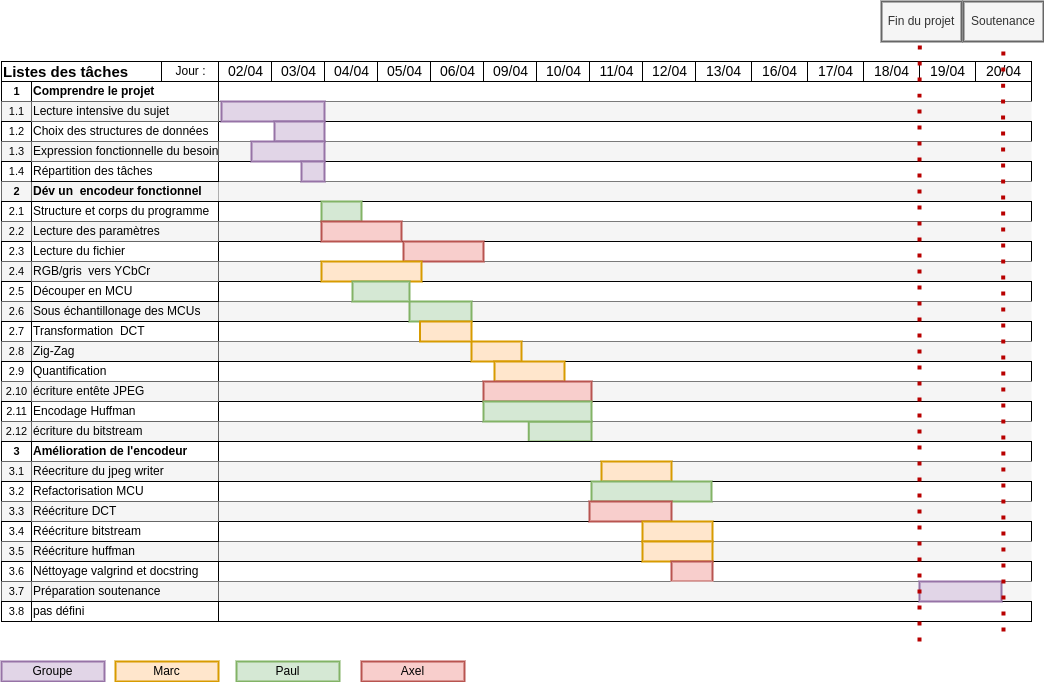
Paul-vrn/jpeg-encoder keeps this draw.io diagram as docs/Gantt.drawio.png. Above is the earlier version. Source tidied: cells renumbered, new cells last; positions are measured from the earlier drawing's top-left corner, leaving out a move shared by most shapes.
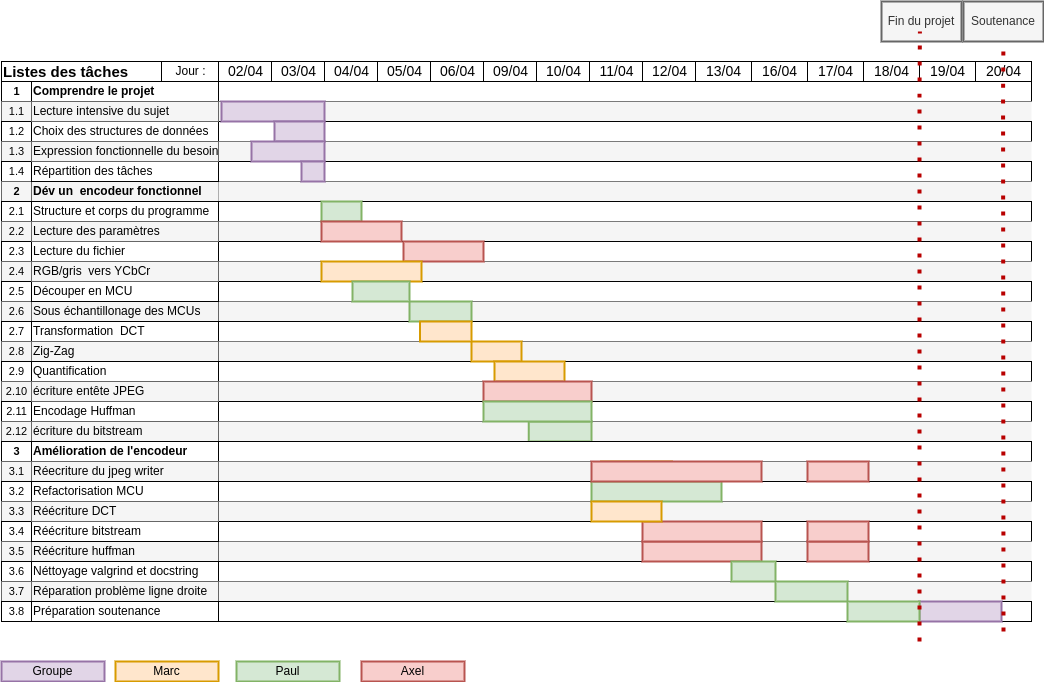
The same diagram one commit later.

What changed in the source:
```diff
@@ -345,20 +345,8 @@
       <mxGeometry x="482" y="400" width="108" height="20" as="geometry" />
     </mxCell>
     <mxCell id="116" style="rounded=0;whiteSpace=wrap;html=1;fillColor=#d5e8d4;strokeColor=#82b366;strokeWidth=2;" parent="1" vertex="1">
-      <mxGeometry x="590" y="480" width="120" height="20" as="geometry" />
+      <mxGeometry x="590" y="480" width="130" height="20" as="geometry" />
     </mxCell>
-    <mxCell id="117" style="rounded=0;whiteSpace=wrap;html=1;fillColor=#f8cecc;strokeColor=#b85450;strokeWidth=2;" parent="1" vertex="1">
-      <mxGeometry x="588" y="500" width="82" height="20" as="geometry" />
-    </mxCell>
-    <mxCell id="118" style="rounded=0;whiteSpace=wrap;html=1;fillColor=#ffe6cc;strokeColor=#d79b00;strokeWidth=2;" parent="1" vertex="1">
-      <mxGeometry x="641" y="520" width="70" height="20" as="geometry" />
-    </mxCell>
-    <mxCell id="119" style="rounded=0;whiteSpace=wrap;html=1;fillColor=#ffe6cc;strokeColor=#d79b00;strokeWidth=2;" parent="1" vertex="1">
-      <mxGeometry x="641" y="540" width="70" height="20" as="geometry" />
-    </mxCell>
-    <mxCell id="120" style="rounded=0;whiteSpace=wrap;html=1;fillColor=#f8cecc;strokeColor=#b85450;strokeWidth=2;" parent="1" vertex="1">
-      <mxGeometry x="670" y="560" width="41" height="20" as="geometry" />
-    </mxCell>
     <mxCell id="121" value="3.7" style="strokeWidth=1;fontStyle=0;html=1;verticalAlign=middle;align=center;strokeColor=#666666;fontColor=#000000;fillColor=#f5f5f5;fontSize=11;fontFamily=Helvetica;" parent="1" vertex="1">
       <mxGeometry y="580" width="30" height="20" as="geometry" />
     </mxCell>
@@ -371,25 +359,15 @@
     <mxCell id="124" style="align=left;html=1;" parent="1" vertex="1">
       <mxGeometry x="217" y="600" width="813" height="20" as="geometry" />
     </mxCell>
-    <mxCell id="125" value="Préparation soutenance" style="align=left;html=1;strokeColor=#666666;perimeterSpacing=0;fillColor=#f5f5f5;" parent="1" vertex="1">
+    <mxCell id="125" value="Réparation problème ligne droite" style="align=left;html=1;strokeColor=#666666;perimeterSpacing=0;fillColor=#f5f5f5;" parent="1" vertex="1">
       <mxGeometry x="30" y="580" width="187" height="20" as="geometry" />
     </mxCell>
-    <mxCell id="126" value="pas défini" style="align=left;html=1;perimeterSpacing=0;" parent="1" vertex="1">
+    <mxCell id="126" value="Préparation soutenance" style="align=left;html=1;perimeterSpacing=0;" parent="1" vertex="1">
       <mxGeometry x="30" y="600" width="187" height="20" as="geometry" />
     </mxCell>
     <mxCell id="127" style="rounded=0;whiteSpace=wrap;html=1;fillColor=#e1d5e7;strokeColor=#9673a6;strokeWidth=2;" parent="1" vertex="1">
-      <mxGeometry x="918" y="580" width="82" height="20" as="geometry" />
+      <mxGeometry x="918" y="600" width="82" height="20" as="geometry" />
     </mxCell>
-    <mxCell id="128" style="endArrow=none;dashed=1;html=1;dashPattern=1 3;strokeWidth=4;fontSize=12;fillColor=#f8cecc;strokeColor=#B80000;" parent="1" edge="1">
-      <mxGeometry relative="1" as="geometry">
-        <mxPoint x="918" y="640" as="sourcePoint" />
-        <mxPoint x="918.4" y="30" as="targetPoint" />
-        <Array as="points">
-          <mxPoint x="918" y="110.8" />
-          <mxPoint x="918" y="90.8" />
-        </Array>
-      </mxGeometry>
-    </mxCell>
     <mxCell id="129" style="endArrow=none;dashed=1;html=1;dashPattern=1 3;strokeWidth=4;fontSize=12;fillColor=#f8cecc;strokeColor=#B80000;" parent="1" edge="1">
       <mxGeometry relative="1" as="geometry">
         <mxPoint x="1002" y="630" as="sourcePoint" />
@@ -406,5 +384,45 @@
     <mxCell id="131" value="Fin du projet" style="rounded=0;whiteSpace=wrap;html=1;strokeWidth=2;fillColor=#f5f5f5;fontColor=#333333;strokeColor=#666666;" parent="1" vertex="1">
       <mxGeometry x="880" width="80" height="40" as="geometry" />
     </mxCell>
+    <mxCell id="132" style="rounded=0;whiteSpace=wrap;html=1;fillColor=#f8cecc;strokeColor=#b85450;strokeWidth=2;" parent="1" vertex="1">
+      <mxGeometry x="641" y="540" width="119" height="20" as="geometry" />
+    </mxCell>
+    <mxCell id="133" style="rounded=0;whiteSpace=wrap;html=1;fillColor=#f8cecc;strokeColor=#b85450;strokeWidth=2;" parent="1" vertex="1">
+      <mxGeometry x="641" y="520" width="119" height="20" as="geometry" />
+    </mxCell>
+    <mxCell id="134" style="rounded=0;whiteSpace=wrap;html=1;fillColor=#ffe6cc;strokeColor=#d79b00;strokeWidth=2;" parent="1" vertex="1">
+      <mxGeometry x="590" y="500" width="70" height="20" as="geometry" />
+    </mxCell>
+    <mxCell id="135" style="rounded=0;whiteSpace=wrap;html=1;fillColor=#f8cecc;strokeColor=#b85450;strokeWidth=2;" parent="1" vertex="1">
+      <mxGeometry x="590" y="460" width="170" height="20" as="geometry" />
+    </mxCell>
+    <mxCell id="136" style="rounded=0;whiteSpace=wrap;html=1;fillColor=#d5e8d4;strokeColor=#82b366;strokeWidth=2;" parent="1" vertex="1">
+      <mxGeometry x="730" y="560" width="44" height="20" as="geometry" />
+    </mxCell>
+    <mxCell id="137" style="rounded=0;whiteSpace=wrap;html=1;fillColor=#d5e8d4;strokeColor=#82b366;strokeWidth=2;" parent="1" vertex="1">
+      <mxGeometry x="774" y="580" width="72" height="20" as="geometry" />
+    </mxCell>
+    <mxCell id="138" style="rounded=0;whiteSpace=wrap;html=1;fillColor=#d5e8d4;strokeColor=#82b366;strokeWidth=2;" parent="1" vertex="1">
+      <mxGeometry x="846" y="600" width="72" height="20" as="geometry" />
+    </mxCell>
+    <mxCell id="128" style="endArrow=none;dashed=1;html=1;dashPattern=1 3;strokeWidth=4;fontSize=12;fillColor=#f8cecc;strokeColor=#B80000;" parent="1" edge="1">
+      <mxGeometry relative="1" as="geometry">
+        <mxPoint x="918" y="640" as="sourcePoint" />
+        <mxPoint x="918.4" y="30" as="targetPoint" />
+        <Array as="points">
+          <mxPoint x="918" y="110.8" />
+          <mxPoint x="918" y="90.8" />
+        </Array>
+      </mxGeometry>
+    </mxCell>
+    <mxCell id="139" style="rounded=0;whiteSpace=wrap;html=1;fillColor=#f8cecc;strokeColor=#b85450;strokeWidth=2;" parent="1" vertex="1">
+      <mxGeometry x="806" y="540" width="61" height="20" as="geometry" />
+    </mxCell>
+    <mxCell id="140" style="rounded=0;whiteSpace=wrap;html=1;fillColor=#f8cecc;strokeColor=#b85450;strokeWidth=2;" parent="1" vertex="1">
+      <mxGeometry x="806" y="520" width="61" height="20" as="geometry" />
+    </mxCell>
+    <mxCell id="141" style="rounded=0;whiteSpace=wrap;html=1;fillColor=#f8cecc;strokeColor=#b85450;strokeWidth=2;" parent="1" vertex="1">
+      <mxGeometry x="806" y="460" width="61" height="20" as="geometry" />
+    </mxCell>
   </root>
 </mxGraphModel>
```
